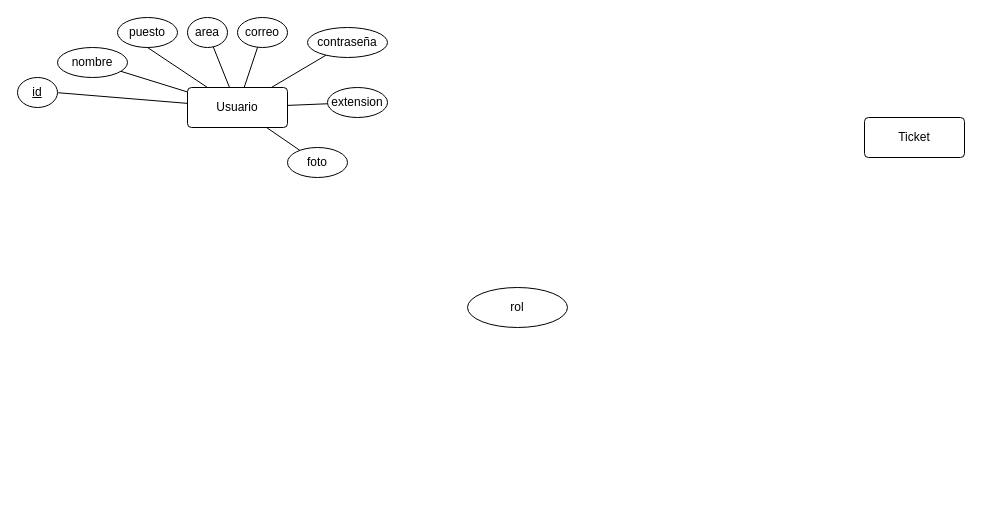
Above: SuportITO_Diagrama_E-R.drawio in WilverAFS/Hola-GitHub-Proyects (draw.io), before the change. Source tidied: cells renumbered, new cells numbered last; positions are measured from the earlier drawing's top-left corner, leaving out a move shared by most shapes. Both pictures are drawn from the tidied source at 100%, with x=0, y=0 at pixel (17, 17).
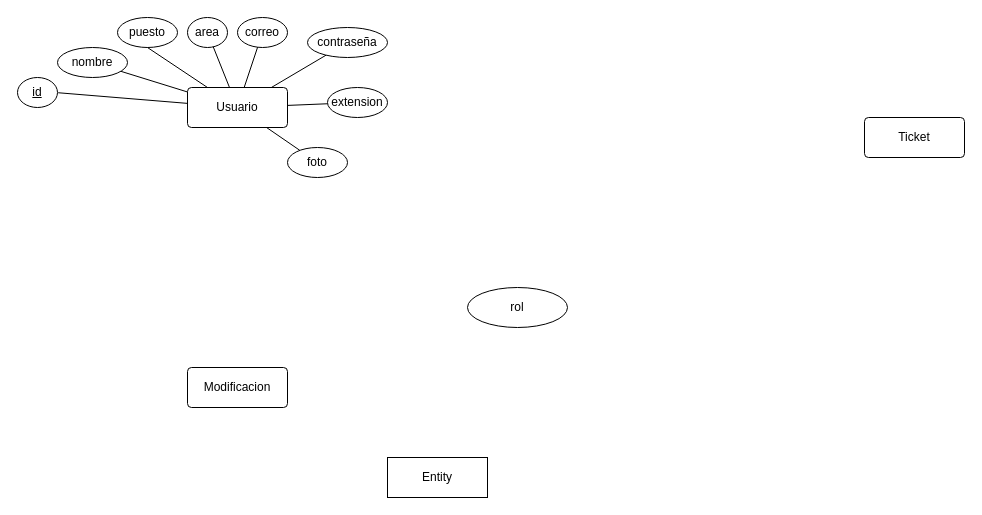
The same page after the edit.

What changed in the source:
```diff
@@
+    <mxCell id="21" value="Modificacion" style="rounded=1;arcSize=10;whiteSpace=wrap;html=1;align=center;" parent="1" vertex="1">
+      <mxGeometry x="170" y="350" width="100" height="40" as="geometry" />
+    </mxCell>
+    <mxCell id="22" value="Entity" style="whiteSpace=wrap;html=1;align=center;" parent="1" vertex="1">
+      <mxGeometry x="370" y="440" width="100" height="40" as="geometry" />
+    </mxCell>
```
